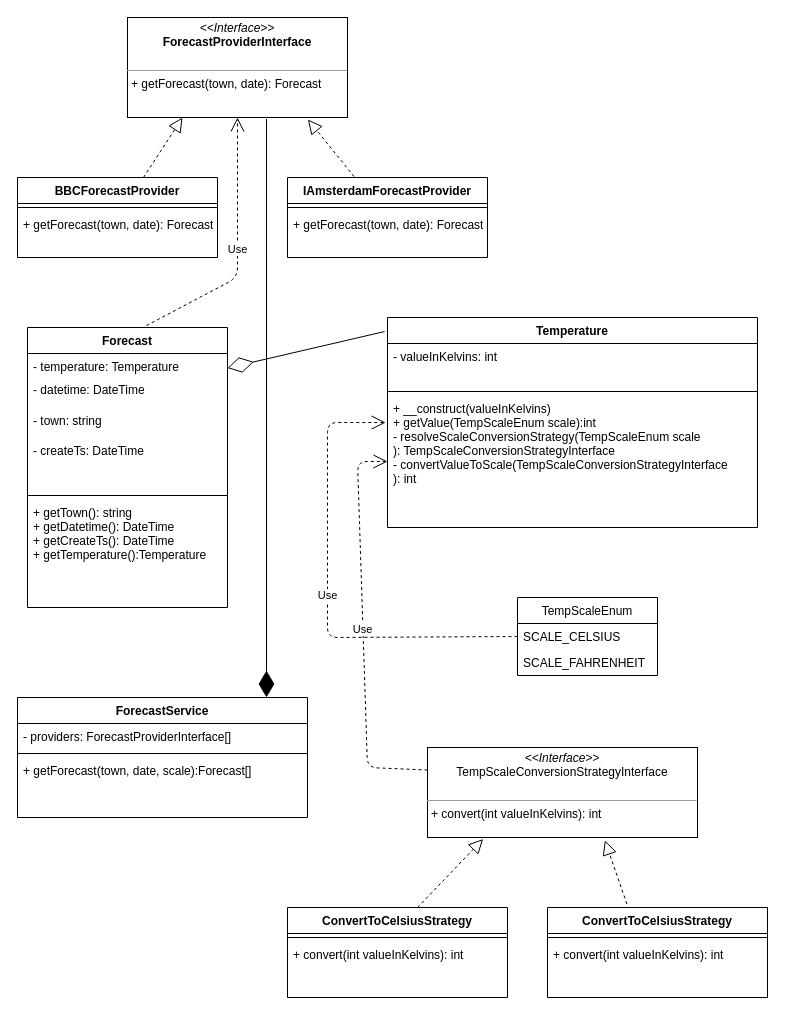
The draw.io diagram docs/class_diagram.drawio in Sunsetboy/weather-forecast, before the edit. Source tidied: cells renumbered, new cells numbered last; positions are measured from the earlier drawing's top-left corner, leaving out a move shared by most shapes. Both pictures are drawn from the tidied source at 100%, with x=0, y=0 at pixel (17, 17).
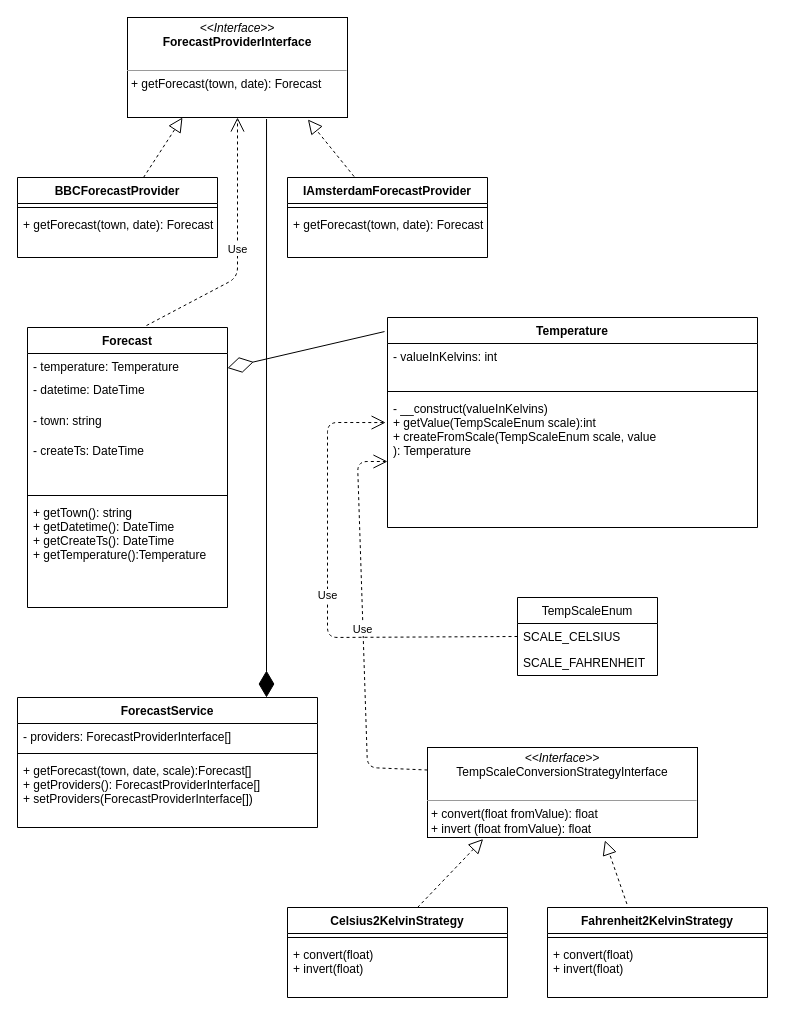
After the change.

Unchanged cells that the change refers to:
```xml
<mxCell id="18" value="Temperature" style="swimlane;fontStyle=1;align=center;verticalAlign=top;horizontal=1;startSize=26;" parent="1" vertex="1">
  <mxGeometry x="370" y="300" width="370" height="210" as="geometry" />
</mxCell>
```

Diff of the diagram source:
```diff
@@
-    <mxCell id="21" value="+ __construct(valueInKelvins)&#10;+ getValue(TempScaleEnum scale):int&#10;- resolveScaleConversionStrategy(TempScaleEnum scale&#10;): TempScaleConversionStrategyInterface&#10;- convertValueToScale(TempScaleConversionStrategyInterface&#10;): int" style="text;strokeColor=none;fillColor=none;align=left;verticalAlign=top;spacingLeft=4;spacingRight=4;overflow=hidden;points=[[0,0.5],[1,0.5]];portConstraint=eastwest;" parent="18" vertex="1">
+    <mxCell id="21" value="- __construct(valueInKelvins)&#10;+ getValue(TempScaleEnum scale):int&#10;+ createFromScale(TempScaleEnum scale, value&#10;): Temperature" style="text;strokeColor=none;fillColor=none;align=left;verticalAlign=top;spacingLeft=4;spacingRight=4;overflow=hidden;points=[[0,0.5],[1,0.5]];portConstraint=eastwest;" parent="18" vertex="1">
       <mxGeometry y="78" width="370" height="132" as="geometry" />
     </mxCell>
@@
     <mxCell id="26" value="ForecastService" style="swimlane;fontStyle=1;align=center;verticalAlign=top;horizontal=1;startSize=26;" parent="1" vertex="1">
-      <mxGeometry y="680" width="290" height="120" as="geometry" />
+      <mxGeometry y="680" width="300" height="130" as="geometry" />
     </mxCell>
     <mxCell id="27" value="- providers: ForecastProviderInterface[]" style="text;strokeColor=none;fillColor=none;align=left;verticalAlign=top;spacingLeft=4;spacingRight=4;overflow=hidden;" parent="26" vertex="1">
-      <mxGeometry y="26" width="290" height="26" as="geometry" />
+      <mxGeometry y="26" width="300" height="26" as="geometry" />
     </mxCell>
     <mxCell id="28" style="line;strokeWidth=1;fillColor=none;align=left;verticalAlign=middle;spacingTop=-1;spacingLeft=3;spacingRight=3;labelPosition=right;" parent="26" vertex="1">
-      <mxGeometry y="52" width="290" height="8" as="geometry" />
+      <mxGeometry y="52" width="300" height="8" as="geometry" />
     </mxCell>
-    <mxCell id="29" value="+ getForecast(town, date, scale):Forecast[]" style="text;strokeColor=none;fillColor=none;align=left;verticalAlign=top;spacingLeft=4;spacingRight=4;overflow=hidden;" parent="26" vertex="1">
-      <mxGeometry y="60" width="290" height="60" as="geometry" />
+    <mxCell id="29" value="+ getForecast(town, date, scale):Forecast[]&#10;+ getProviders(): ForecastProviderInterface[]&#10;+ setProviders(ForecastProviderInterface[])" style="text;strokeColor=none;fillColor=none;align=left;verticalAlign=top;spacingLeft=4;spacingRight=4;overflow=hidden;" parent="26" vertex="1">
+      <mxGeometry y="60" width="300" height="70" as="geometry" />
     </mxCell>
@@
-    <mxCell id="32" value="&lt;p style=&quot;margin: 0px ; margin-top: 4px ; text-align: center&quot;&gt;&lt;i&gt;&amp;lt;&amp;lt;Interface&amp;gt;&amp;gt;&lt;/i&gt;&lt;br&gt;&lt;span style=&quot;text-align: left&quot;&gt;TempScaleConversionStrategyInterface&lt;/span&gt;&lt;br&gt;&lt;/p&gt;&lt;p style=&quot;margin: 0px ; margin-left: 4px&quot;&gt;&lt;br&gt;&lt;/p&gt;&lt;hr size=&quot;1&quot;&gt;&lt;p style=&quot;margin: 0px ; margin-left: 4px&quot;&gt;+ convert(int valueInKelvins): int&lt;br&gt;&lt;/p&gt;" style="verticalAlign=top;align=left;overflow=fill;fontSize=12;fontFamily=Helvetica;html=1;" parent="1" vertex="1">
+    <mxCell id="32" value="&lt;p style=&quot;margin: 0px ; margin-top: 4px ; text-align: center&quot;&gt;&lt;i&gt;&amp;lt;&amp;lt;Interface&amp;gt;&amp;gt;&lt;/i&gt;&lt;br&gt;&lt;span style=&quot;text-align: left&quot;&gt;TempScaleConversionStrategyInterface&lt;/span&gt;&lt;br&gt;&lt;/p&gt;&lt;p style=&quot;margin: 0px ; margin-left: 4px&quot;&gt;&lt;br&gt;&lt;/p&gt;&lt;hr size=&quot;1&quot;&gt;&lt;p style=&quot;margin: 0px ; margin-left: 4px&quot;&gt;+ convert(float fromValue): float&lt;br&gt;&lt;/p&gt;&lt;p style=&quot;margin: 0px ; margin-left: 4px&quot;&gt;+ invert (float fromValue): float&lt;/p&gt;" style="verticalAlign=top;align=left;overflow=fill;fontSize=12;fontFamily=Helvetica;html=1;" parent="1" vertex="1">
       <mxGeometry x="410" y="730" width="270" height="90" as="geometry" />
     </mxCell>
-    <mxCell id="33" value="ConvertToCelsiusStrategy" style="swimlane;fontStyle=1;align=center;verticalAlign=top;horizontal=1;startSize=26;" parent="1" vertex="1">
+    <mxCell id="33" value="Celsius2KelvinStrategy" style="swimlane;fontStyle=1;align=center;verticalAlign=top;horizontal=1;startSize=26;" parent="1" vertex="1">
       <mxGeometry x="270" y="890" width="220" height="90" as="geometry" />
     </mxCell>
@@
-    <mxCell id="35" value="+ convert(int valueInKelvins): int" style="text;strokeColor=none;fillColor=none;align=left;verticalAlign=top;spacingLeft=4;spacingRight=4;overflow=hidden;" parent="33" vertex="1">
+    <mxCell id="35" value="+ convert(float)&#10;+ invert(float)" style="text;strokeColor=none;fillColor=none;align=left;verticalAlign=top;spacingLeft=4;spacingRight=4;overflow=hidden;" parent="33" vertex="1">
       <mxGeometry y="34" width="220" height="56" as="geometry" />
     </mxCell>
-    <mxCell id="36" value="ConvertToCelsiusStrategy" style="swimlane;fontStyle=1;align=center;verticalAlign=top;horizontal=1;startSize=26;" parent="1" vertex="1">
+    <mxCell id="36" value="Fahrenheit2KelvinStrategy" style="swimlane;fontStyle=1;align=center;verticalAlign=top;horizontal=1;startSize=26;" parent="1" vertex="1">
       <mxGeometry x="530" y="890" width="220" height="90" as="geometry" />
     </mxCell>
@@
-    <mxCell id="38" value="+ convert(int valueInKelvins): int" style="text;strokeColor=none;fillColor=none;align=left;verticalAlign=top;spacingLeft=4;spacingRight=4;overflow=hidden;" parent="36" vertex="1">
+    <mxCell id="38" value="+ convert(float)&#10;+ invert(float)" style="text;strokeColor=none;fillColor=none;align=left;verticalAlign=top;spacingLeft=4;spacingRight=4;overflow=hidden;" parent="36" vertex="1">
       <mxGeometry y="34" width="220" height="56" as="geometry" />
     </mxCell>
```
